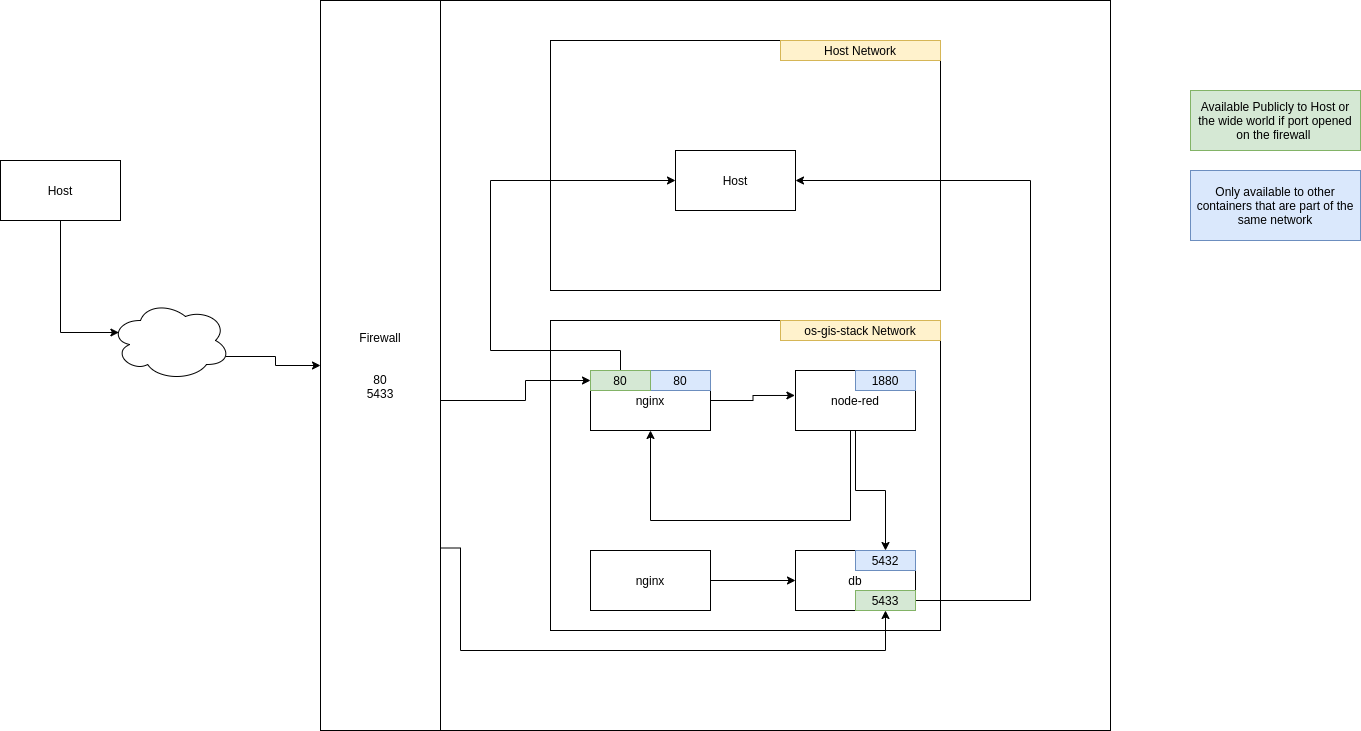
Before: sphinx/source/img/container-networking.png, a diagram exported from draw.io (kartoza/osgs). Source tidied: cells renumbered, new cells last; positions are measured from the earlier drawing's top-left corner, leaving out a move shared by most shapes.
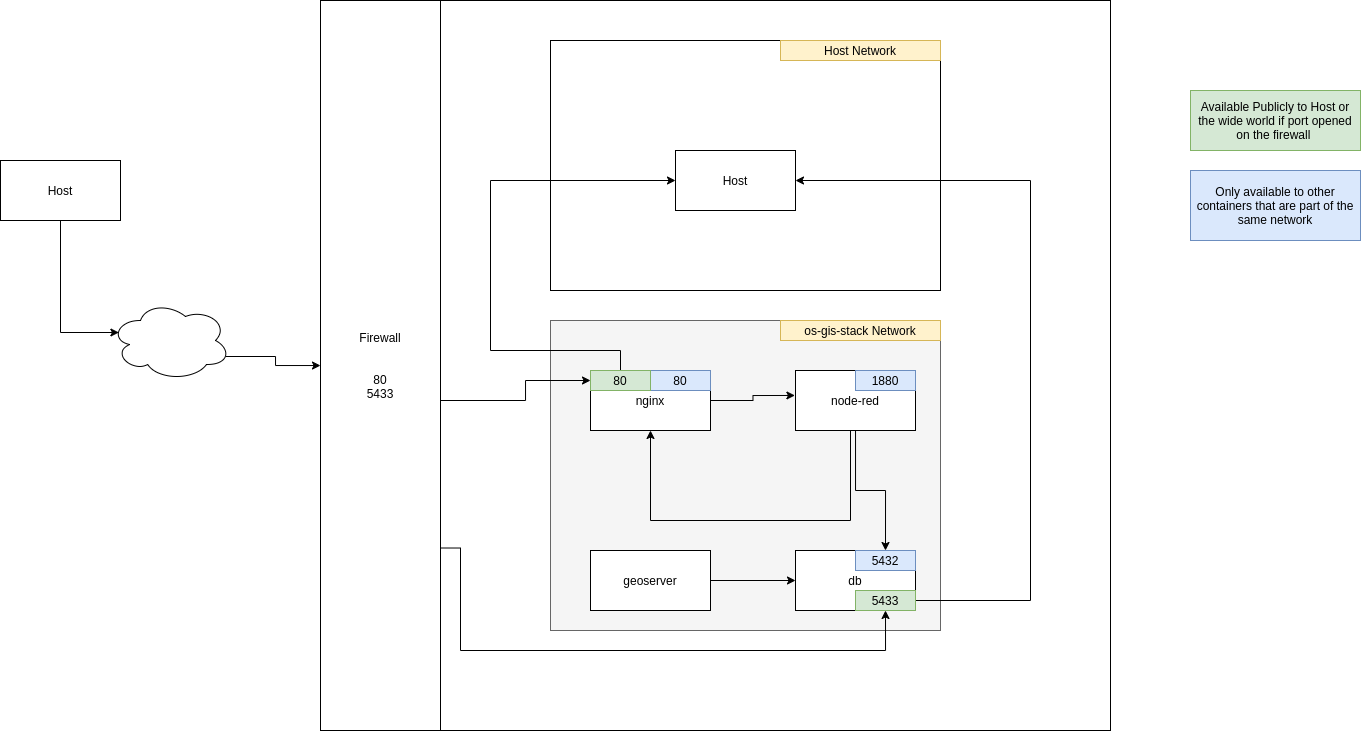
After the change.

Commit message:
Added check env to all targets to error if configure is not yet run

The edit, as a diff of the source:
```diff
@@ -11,7 +11,7 @@
     <mxCell id="4" value="Host Network" style="text;html=1;strokeColor=#d6b656;fillColor=#fff2cc;align=center;verticalAlign=middle;whiteSpace=wrap;rounded=0;" parent="1" vertex="1">
       <mxGeometry x="780" y="40" width="160" height="20" as="geometry" />
     </mxCell>
-    <mxCell id="5" style="rounded=0;whiteSpace=wrap;html=1;" parent="1" vertex="1">
+    <mxCell id="5" style="rounded=0;whiteSpace=wrap;html=1;fillColor=#f5f5f5;strokeColor=#666666;fontColor=#333333;" parent="1" vertex="1">
       <mxGeometry x="550" y="320" width="390" height="310" as="geometry" />
     </mxCell>
     <mxCell id="6" style="edgeStyle=orthogonalEdgeStyle;rounded=0;jettySize=auto;html=1;entryX=-0.005;entryY=0.416;entryDx=0;entryDy=0;entryPerimeter=0;" parent="1" edge="1" source="7" target="10">
@@ -119,7 +119,7 @@
     <mxCell id="30" style="edgeStyle=orthogonalEdgeStyle;rounded=0;jettySize=auto;html=1;entryX=0;entryY=0.5;entryDx=0;entryDy=0;" parent="1" edge="1" source="31" target="13">
       <mxGeometry relative="1" as="geometry" />
     </mxCell>
-    <mxCell id="31" value="nginx" style="rounded=0;whiteSpace=wrap;html=1;" parent="1" vertex="1">
+    <mxCell id="31" value="geoserver" style="rounded=0;whiteSpace=wrap;html=1;" parent="1" vertex="1">
       <mxGeometry x="590" y="550" width="120" height="60" as="geometry" />
     </mxCell>
   </root>
```
